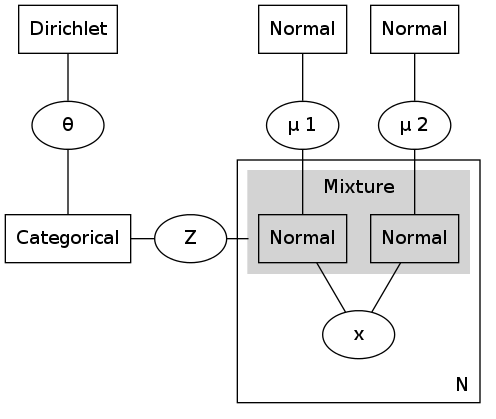
The Graphviz diagram tfbayes/fg/factor-graph-test-5-fg.png in pbenner/tfbayes, before a commit. Its source is kept beside it as tfbayes/fg/factor-graph-test-5-fg.dot.
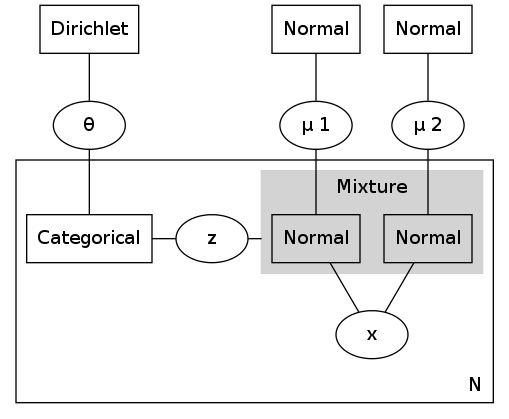
The same file after the commit.

Change to the diagram source:
```diff
@@ -1,36 +1,34 @@
 graph G {
-	{ rank = same;
-		z   [shape=ellipse];
-		cat [shape=box]}
-	cat -- z;
 	compound=true;
+	dir [label = "Dirichlet", shape = box];
+	t   [label = "&theta;", shape = ellipse];
 	subgraph cluster_B {
-		subgraph cluster_A {
-			style = filled;
-			color = lightgray;
-			node [shape = box];
-			n3 [label = "Normal"];
-			n4 [label = "Normal"];
-			label = "Mixture";
-		}
-		x [label = "x"];
-		n3 -- x;
-		n4 -- x;
 		labeljust = "r";
 		labelloc = "b";
 		label = "N";
+		{ rank = same;
+			z   [label = "z", shape = ellipse];
+			cat [label = "Categorical", shape = box]}
+		cat -- z;
+		subgraph cluster_A {
+			labeljust = "c";
+			labelloc = "t";
+			style = filled;
+			color = lightgray;
+			label = "Mixture";
+			n3 [label = "Normal", shape = box];
+			n4 [label = "Normal", shape = box];
+		}
+		x [shape = ellipse, label = "x"];
+		n3 -- x;
+		n4 -- x;
+		z -- n3 [constraint = false, lhead=cluster_A];
 	}
-	node [shape = ellipse];
-	mu1 [label = "&mu; 1"];
-	mu2 [label = "&mu; 2"];
-	z  [label = "Z"];
-	t  [label = "&theta;"];
-	node [shape = box];
-	n1 [label = "Normal"];
-	n2 [label = "Normal"];
-	cat [label = "Categorical"];
-	dir [label = "Dirichlet"];
-	z -- n3 [constraint = false,lhead=cluster_A];
+	mu1 [label = "&mu; 1", shape = ellipse];
+	mu2 [label = "&mu; 2", shape = ellipse];
+
+	n1 [label = "Normal", shape = box];
+	n2 [label = "Normal", shape = box];
 
 	n1 -- mu1;
 	n2 -- mu2;
```
